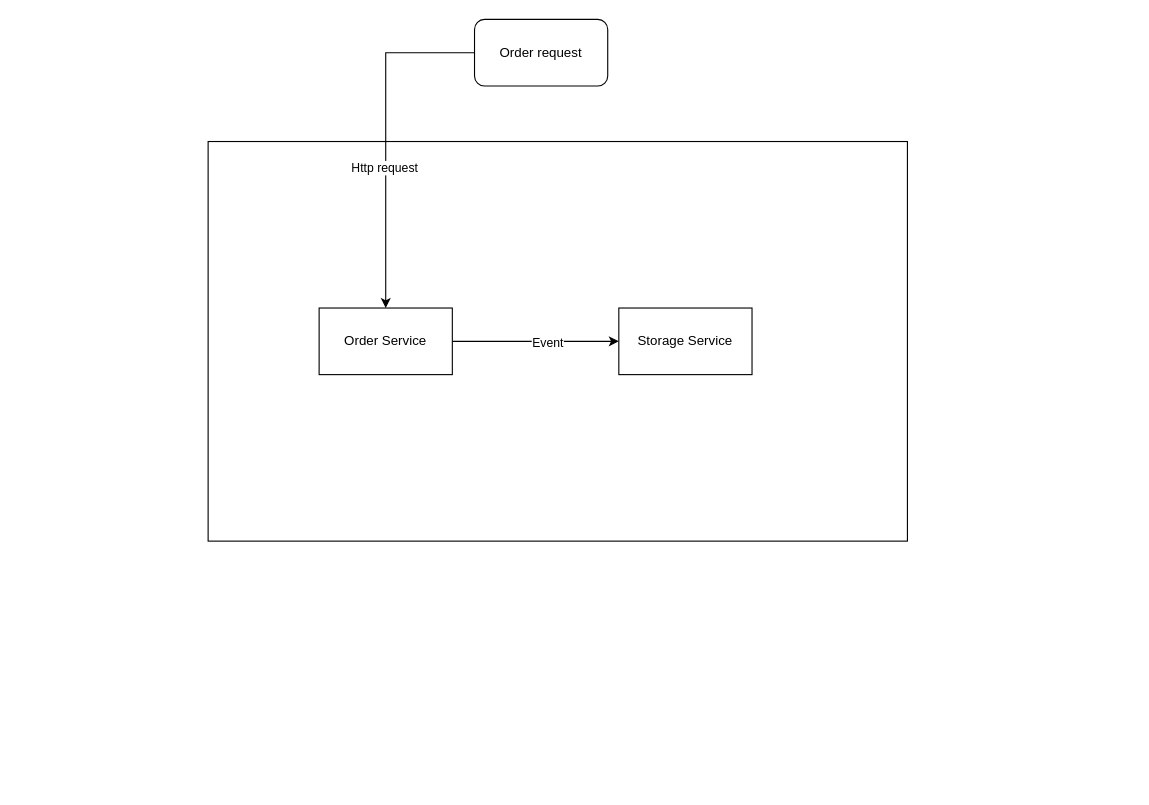
dengwentaoabc/Draw keeps this draw.io diagram as Outbox Pattern.drawio. Above is the earlier version. Source tidied: cells renumbered, new cells numbered last; positions are measured from the earlier drawing's top-left corner, leaving out a move shared by most shapes. Both pictures are drawn from the tidied source at 111%, with x=0, y=0 at pixel (208, 19).
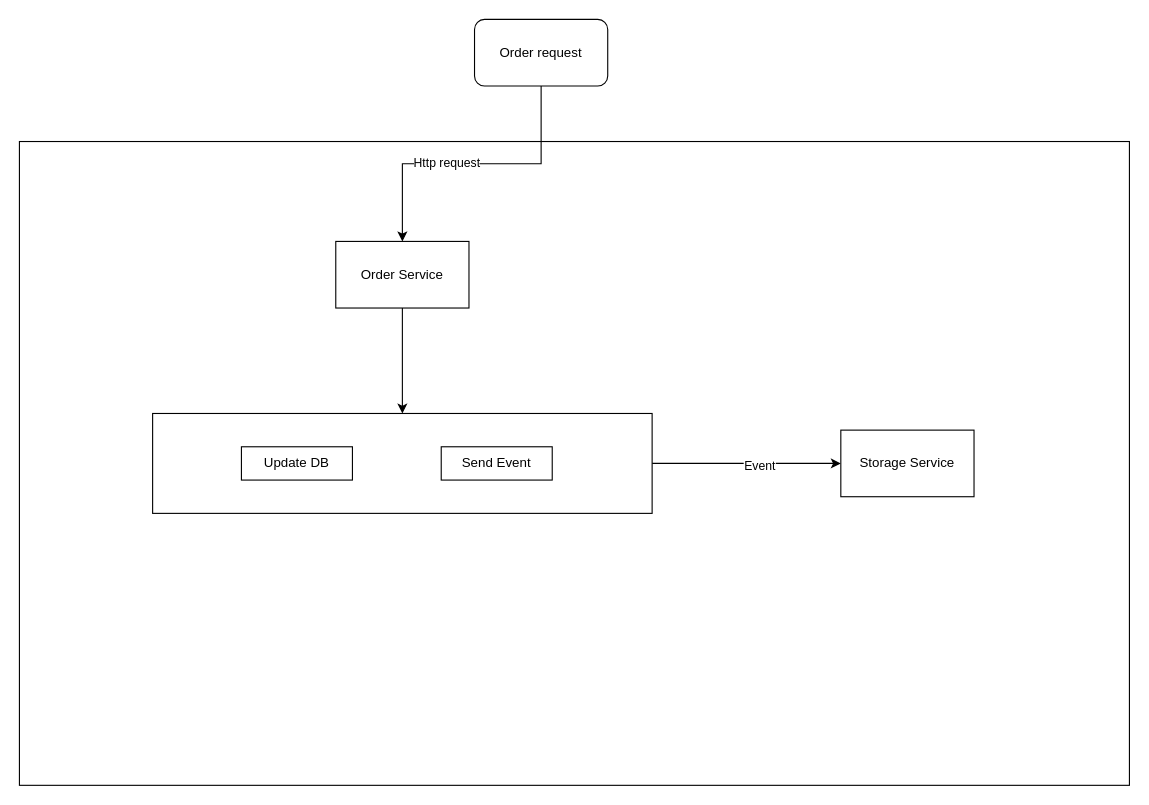
The same diagram, later.

The edit, as a diff of the source:
```diff
@@
 <mxGraphModel>
   <root>
     <mxCell id="0" />
     <mxCell id="1" parent="0" />
     <mxCell id="2" style="rounded=0;whiteSpace=wrap;html=1;" parent="1" vertex="1">
-      <mxGeometry y="110" width="630" height="360" as="geometry" />
+      <mxGeometry x="-170" y="110" width="1000" height="580" as="geometry" />
     </mxCell>
-    <mxCell id="3" style="edgeStyle=orthogonalEdgeStyle;rounded=0;jettySize=auto;html=1;" parent="1" edge="1" source="5" target="8">
+    <mxCell id="3" style="edgeStyle=orthogonalEdgeStyle;rounded=0;jettySize=auto;html=1;exitX=0.5;exitY=1;exitDx=0;exitDy=0;" parent="1" edge="1" source="5" target="8">
       <mxGeometry relative="1" as="geometry" />
     </mxCell>
     <mxCell id="4" value="Http request" style="edgeLabel;html=1;align=center;verticalAlign=middle;" parent="3" vertex="1">
       <mxGeometry x="0.18" y="-2" relative="1" as="geometry" />
     </mxCell>
     <mxCell id="5" value="Order request" style="rounded=1;whiteSpace=wrap;html=1;" parent="1" vertex="1">
       <mxGeometry x="240" width="120" height="60" as="geometry" />
     </mxCell>
-    <mxCell id="6" style="edgeStyle=orthogonalEdgeStyle;rounded=0;jettySize=auto;html=1;exitX=1;exitY=0.5;exitDx=0;exitDy=0;entryX=0;entryY=0.5;entryDx=0;entryDy=0;" parent="1" edge="1" source="8" target="9">
+    <mxCell id="6" style="edgeStyle=orthogonalEdgeStyle;rounded=0;jettySize=auto;html=1;exitX=1;exitY=0.5;exitDx=0;exitDy=0;entryX=0;entryY=0.5;entryDx=0;entryDy=0;" parent="1" edge="1" source="11" target="9">
       <mxGeometry relative="1" as="geometry" />
     </mxCell>
     <mxCell id="7" value="Event" style="edgeLabel;html=1;align=center;verticalAlign=middle;" parent="6" vertex="1">
       <mxGeometry x="0.13" y="-1" relative="1" as="geometry" />
     </mxCell>
+    <mxCell id="10" style="edgeStyle=orthogonalEdgeStyle;rounded=0;jettySize=auto;html=1;" parent="1" edge="1" source="8" target="11">
+      <mxGeometry relative="1" as="geometry" />
+    </mxCell>
     <mxCell id="8" value="Order Service" style="rounded=0;whiteSpace=wrap;html=1;" parent="1" vertex="1">
-      <mxGeometry x="100" y="260" width="120" height="60" as="geometry" />
+      <mxGeometry x="115" y="200" width="120" height="60" as="geometry" />
     </mxCell>
     <mxCell id="9" value="Storage Service" style="rounded=0;whiteSpace=wrap;html=1;" parent="1" vertex="1">
-      <mxGeometry x="370" y="260" width="120" height="60" as="geometry" />
+      <mxGeometry x="570" y="370" width="120" height="60" as="geometry" />
     </mxCell>
+    <mxCell id="11" style="rounded=0;whiteSpace=wrap;html=1;" parent="1" vertex="1">
+      <mxGeometry x="-50" y="355" width="450" height="90" as="geometry" />
+    </mxCell>
+    <mxCell id="12" value="Update DB" style="rounded=0;whiteSpace=wrap;html=1;" parent="1" vertex="1">
+      <mxGeometry x="30" y="385" width="100" height="30" as="geometry" />
+    </mxCell>
+    <mxCell id="13" value="Send Event" style="rounded=0;whiteSpace=wrap;html=1;" parent="1" vertex="1">
+      <mxGeometry x="210" y="385" width="100" height="30" as="geometry" />
+    </mxCell>
   </root>
 </mxGraphModel>
```
